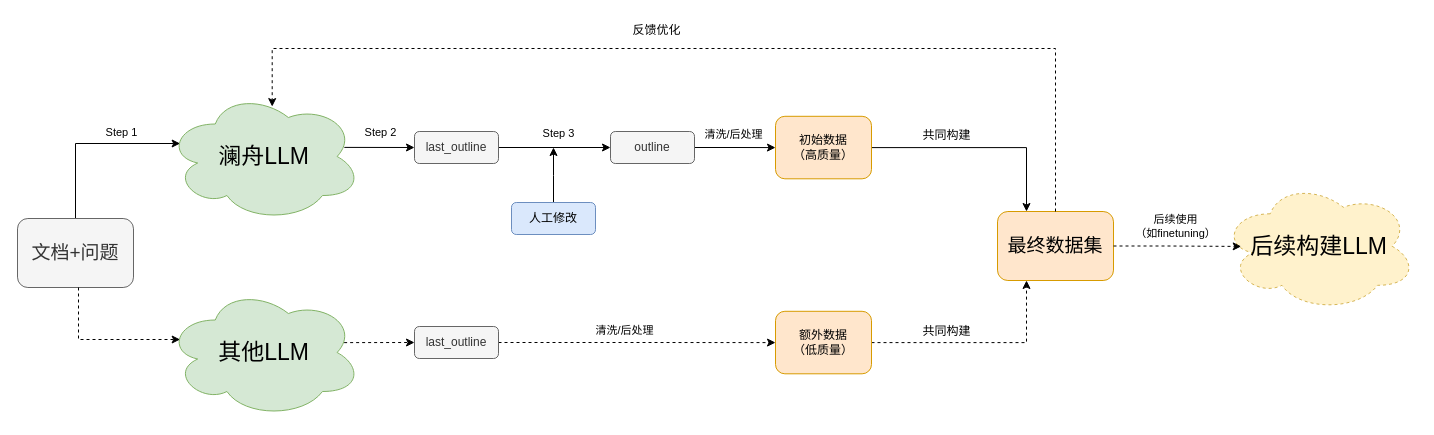
This is 实习-澜舟流程图.drawio from ZYNsama666/BackUp, a draw.io file, before an edit. Source tidied: cells renumbered, new cells numbered last; positions are measured from the earlier drawing's top-left corner, leaving out a move shared by most shapes. Both pictures are drawn from the tidied source at 100%, with x=0, y=0 at pixel (17, 17).
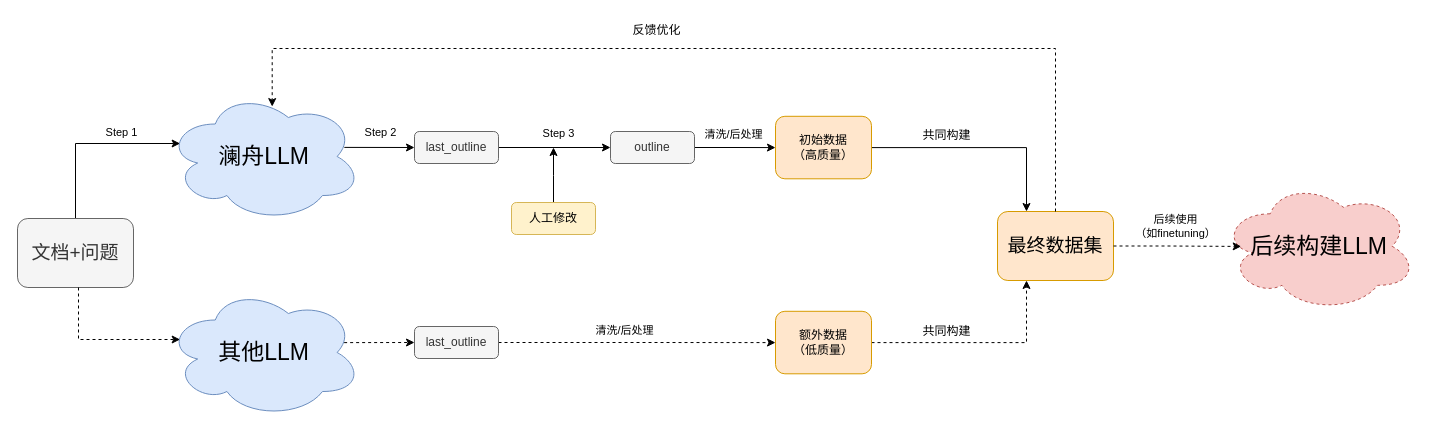
After the change.

Commit message:
更新实习-澜舟流程图.drawio

Diff of the diagram source:
```diff
@@
-    <mxCell id="2" value="&lt;font style=&quot;font-size: 23px;&quot;&gt;澜舟LLM&lt;/font&gt;" style="ellipse;shape=cloud;whiteSpace=wrap;html=1;fillColor=#d5e8d4;strokeColor=#82b366;" parent="1" vertex="1">
+    <mxCell id="2" value="&lt;font style=&quot;font-size: 23px;&quot;&gt;澜舟LLM&lt;/font&gt;" style="ellipse;shape=cloud;whiteSpace=wrap;html=1;fillColor=#dae8fc;strokeColor=#6c8ebf;" parent="1" vertex="1">
       <mxGeometry x="149" y="74" width="195" height="130" as="geometry" />
     </mxCell>
-    <mxCell id="3" value="&lt;font style=&quot;font-size: 23px;&quot;&gt;后续构建LLM&lt;/font&gt;" style="ellipse;shape=cloud;whiteSpace=wrap;html=1;fillColor=#fff2cc;strokeColor=#d6b656;dashed=1;" parent="1" vertex="1">
+    <mxCell id="3" value="&lt;font style=&quot;font-size: 23px;&quot;&gt;后续构建LLM&lt;/font&gt;" style="ellipse;shape=cloud;whiteSpace=wrap;html=1;fillColor=#f8cecc;strokeColor=#b85450;dashed=1;" parent="1" vertex="1">
       <mxGeometry x="1204" y="163.8" width="195" height="130" as="geometry" />
     </mxCell>
@@
-    <mxCell id="6" value="&lt;font style=&quot;font-size: 23px;&quot;&gt;其他LLM&lt;/font&gt;" style="ellipse;shape=cloud;whiteSpace=wrap;html=1;fillColor=#d5e8d4;strokeColor=#82b366;" parent="1" vertex="1">
+    <mxCell id="6" value="&lt;font style=&quot;font-size: 23px;&quot;&gt;其他LLM&lt;/font&gt;" style="ellipse;shape=cloud;whiteSpace=wrap;html=1;fillColor=#dae8fc;strokeColor=#6c8ebf;" parent="1" vertex="1">
       <mxGeometry x="149" y="270" width="195" height="130" as="geometry" />
     </mxCell>
@@
-    <mxCell id="10" value="人工修改" style="rounded=1;whiteSpace=wrap;html=1;fillColor=#dae8fc;strokeColor=#6c8ebf;" parent="1" vertex="1">
+    <mxCell id="10" value="人工修改" style="rounded=1;whiteSpace=wrap;html=1;fillColor=#fff2cc;strokeColor=#d6b656;" parent="1" vertex="1">
       <mxGeometry x="494" y="185" width="84" height="32" as="geometry" />
     </mxCell>
```
